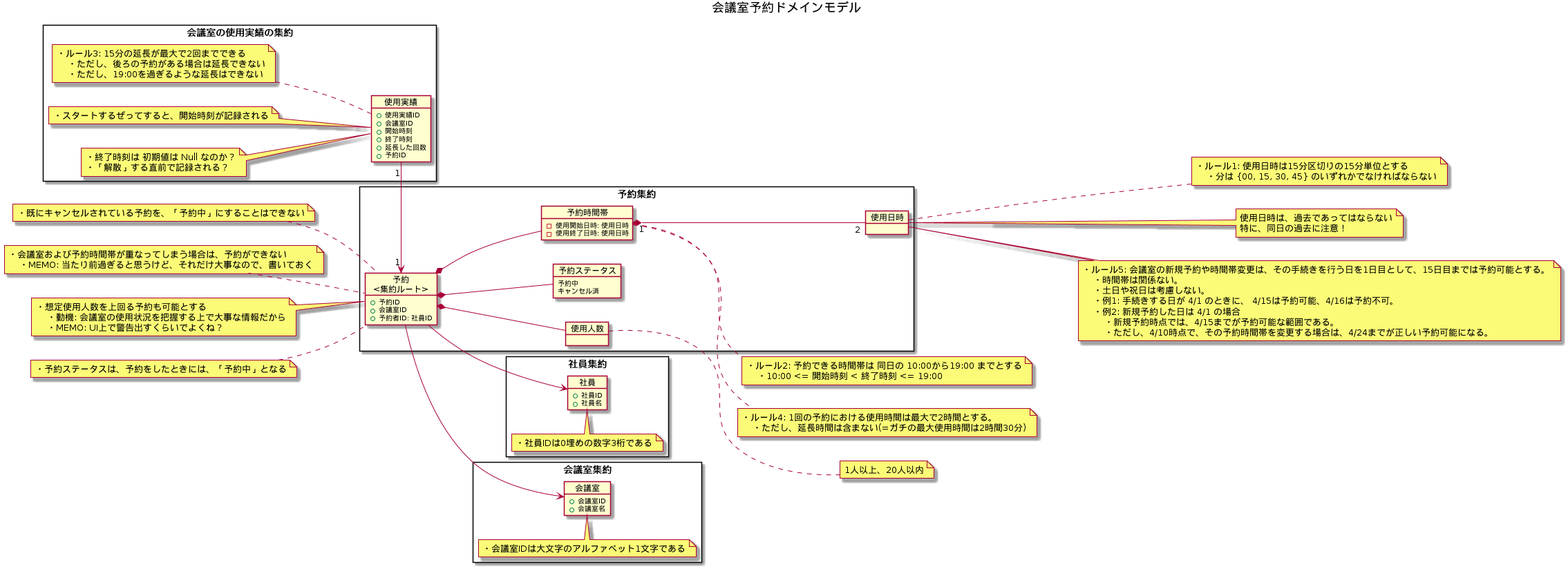
This is diagram/ドメインモデル.png from ModelingKai/meeting-room-python, a PlantUML export, as it was before one commit.
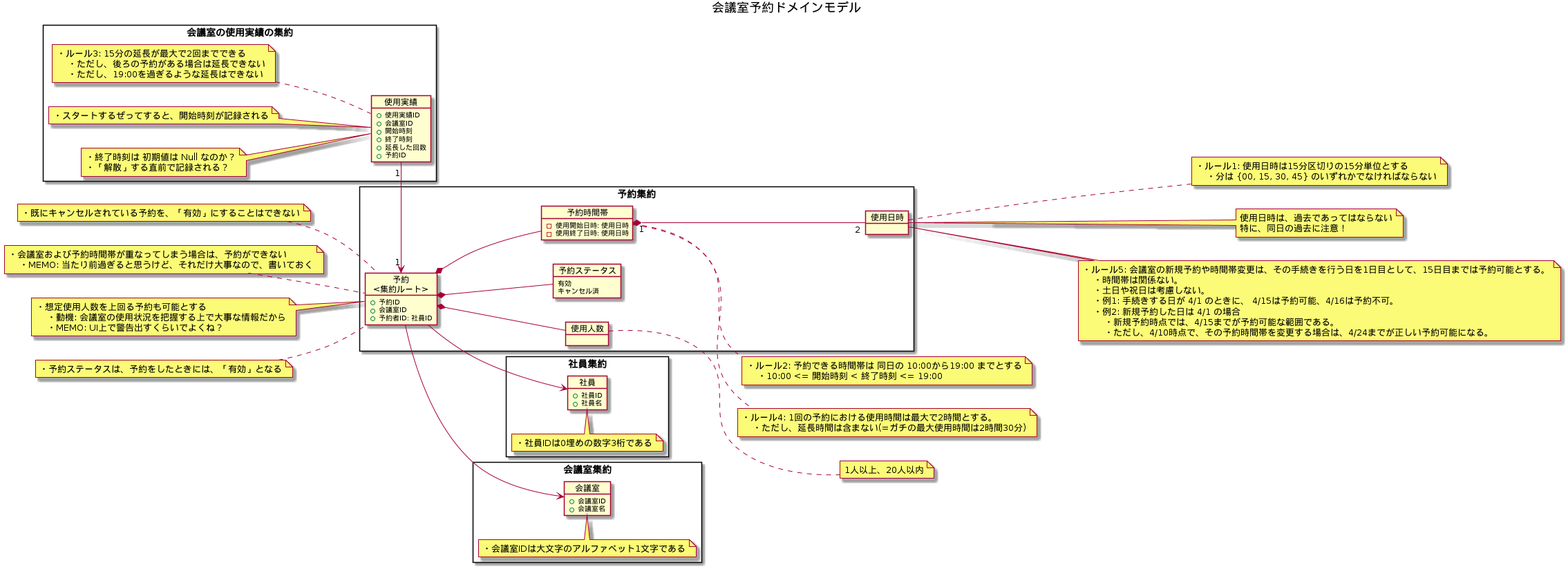
After the commit.

The edit, as a diff of the source:
```diff
@@ -22,7 +22,7 @@
     }
 
     object 予約ステータス {
-        予約中
+        有効
         キャンセル済
     }
 
@@ -91,11 +91,11 @@
 
 
 note left of c1
-・予約ステータスは、予約をしたときには、「予約中」となる
+・予約ステータスは、予約をしたときには、「有効」となる
 end note
 
 note left of c1
-・既にキャンセルされている予約を、「予約中」にすることはできない
+・既にキャンセルされている予約を、「有効」にすることはできない
 end note
 
 
```
